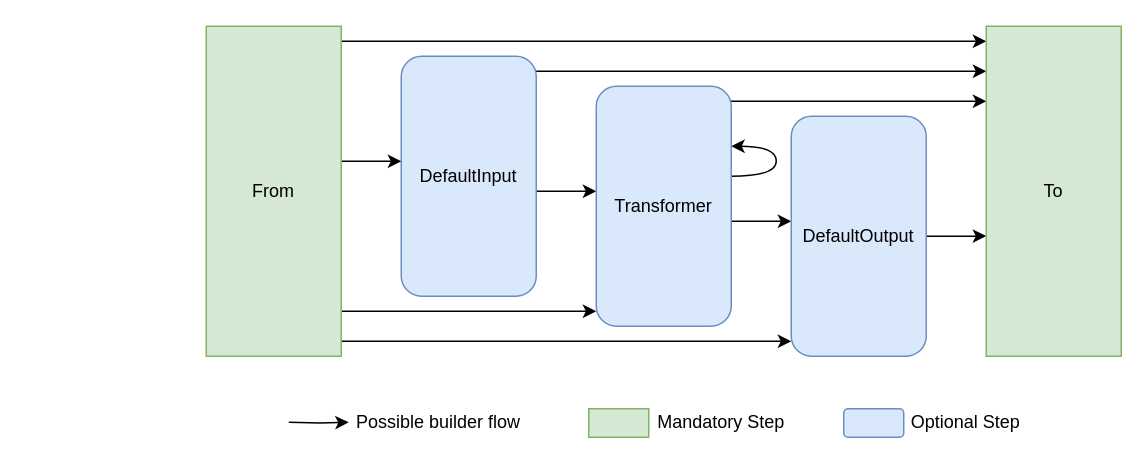
eschoysman/Mapper keeps this draw.io diagram as src/es/utils/mapper/factory/builder/doc-files/stepBuilderFlow.drawio. Above is the earlier version. Source tidied: cells renumbered, new cells numbered last; positions are measured from the earlier drawing's top-left corner, leaving out a move shared by most shapes. Both pictures are drawn from the tidied source at 150%, with x=0, y=0 at pixel (206, 26).
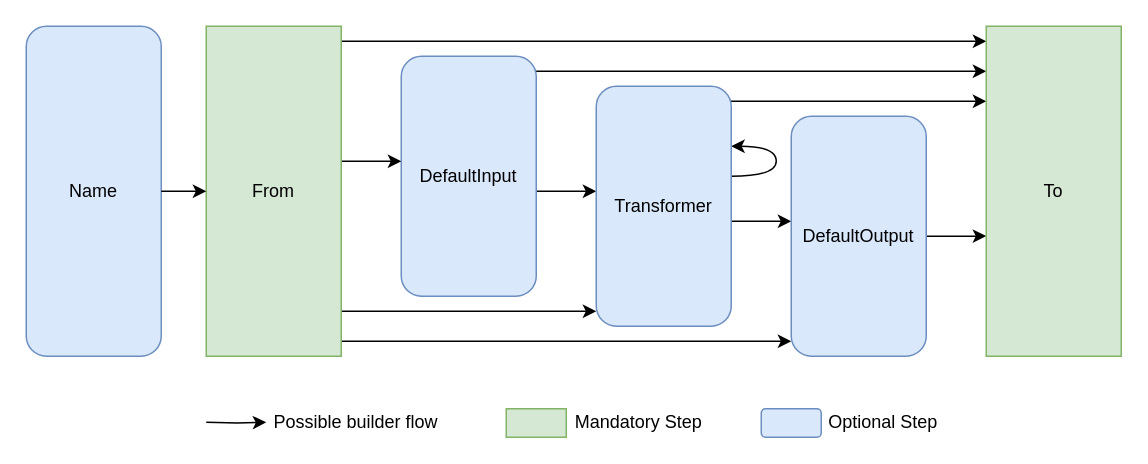
The same diagram, later.

The change refers to these unchanged cells:
```xml
<mxCell id="9" value="From" style="rounded=0;whiteSpace=wrap;html=1;labelBackgroundColor=none;fillColor=#d5e8d4;strokeColor=#82b366;" parent="1" vertex="1">
  <mxGeometry width="90" height="220" as="geometry" />
</mxCell>
```

The edit, as a diff of the source:
```diff
@@
     <mxCell id="17" style="rounded=1;whiteSpace=wrap;html=1;fillColor=#dae8fc;strokeColor=#6c8ebf;" parent="1" vertex="1">
-      <mxGeometry x="425" y="255" width="40" height="19" as="geometry" />
+      <mxGeometry x="370" y="255" width="40" height="19" as="geometry" />
     </mxCell>
     <mxCell id="18" style="rounded=0;whiteSpace=wrap;html=1;labelBackgroundColor=none;fillColor=#d5e8d4;strokeColor=#82b366;" parent="1" vertex="1">
-      <mxGeometry x="255" y="255" width="40" height="19" as="geometry" />
+      <mxGeometry x="200" y="255" width="40" height="19" as="geometry" />
     </mxCell>
     <mxCell id="19" style="edgeStyle=orthogonalEdgeStyle;rounded=0;orthogonalLoop=1;jettySize=auto;html=1;exitX=1;exitY=0.5;exitDx=0;exitDy=0;" parent="1" edge="1">
       <mxGeometry relative="1" as="geometry">
-        <mxPoint x="55" y="264" as="sourcePoint" />
-        <mxPoint x="95" y="264" as="targetPoint" />
+        <mxPoint y="264" as="sourcePoint" />
+        <mxPoint x="40" y="264" as="targetPoint" />
       </mxGeometry>
     </mxCell>
     <mxCell id="20" value="Possible builder flow" style="text;html=1;strokeColor=none;fillColor=none;align=center;verticalAlign=middle;whiteSpace=wrap;rounded=0;labelBackgroundColor=none;" parent="1" vertex="1">
-      <mxGeometry x="95" y="254" width="120" height="20" as="geometry" />
+      <mxGeometry x="40" y="254" width="120" height="20" as="geometry" />
     </mxCell>
     <mxCell id="21" value="Mandatory Step" style="text;html=1;strokeColor=none;fillColor=none;align=center;verticalAlign=middle;whiteSpace=wrap;rounded=0;labelBackgroundColor=none;" parent="1" vertex="1">
-      <mxGeometry x="297" y="254" width="93" height="20" as="geometry" />
+      <mxGeometry x="242" y="254" width="93" height="20" as="geometry" />
     </mxCell>
     <mxCell id="22" value="Optional Step" style="text;html=1;strokeColor=none;fillColor=none;align=center;verticalAlign=middle;whiteSpace=wrap;rounded=0;labelBackgroundColor=none;" parent="1" vertex="1">
-      <mxGeometry x="465" y="254" width="83" height="20" as="geometry" />
+      <mxGeometry x="410" y="254" width="83" height="20" as="geometry" />
     </mxCell>
+    <mxCell id="23" value="Name" style="rounded=1;whiteSpace=wrap;html=1;fillColor=#dae8fc;strokeColor=#6c8ebf;" parent="1" vertex="1">
+      <mxGeometry x="-120" width="90" height="220" as="geometry" />
+    </mxCell>
+    <mxCell id="24" style="endArrow=classic;html=1;exitX=1;exitY=0.5;exitDx=0;exitDy=0;entryX=0;entryY=0.5;entryDx=0;entryDy=0;" parent="1" edge="1" source="23" target="9">
+      <mxGeometry relative="1" as="geometry" />
+    </mxCell>
```
